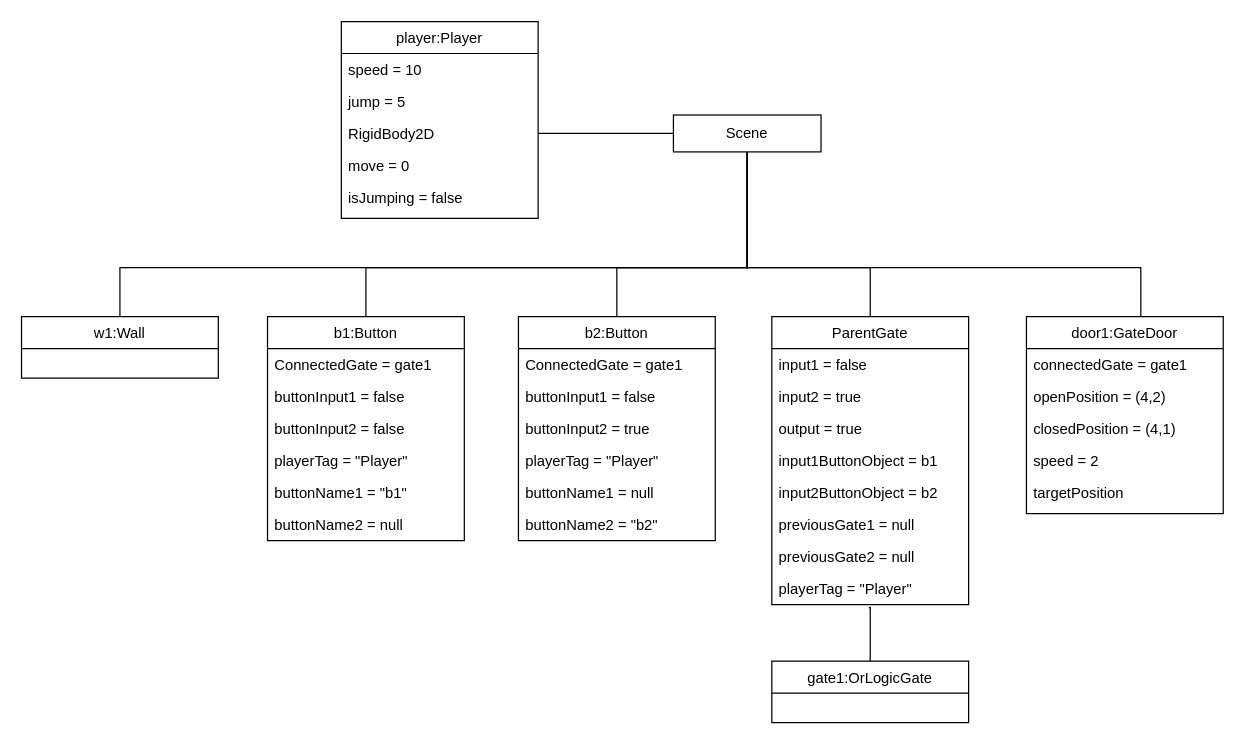
Above: Drawio Files/Object Diagram.drawio in jgharrison1/Logical-Gate (draw.io), before the change. Source tidied: cells renumbered, new cells numbered last; positions are measured from the earlier drawing's top-left corner, leaving out a move shared by most shapes. Both pictures are drawn from the tidied source at 123%, with x=0, y=0 at pixel (21, 21).
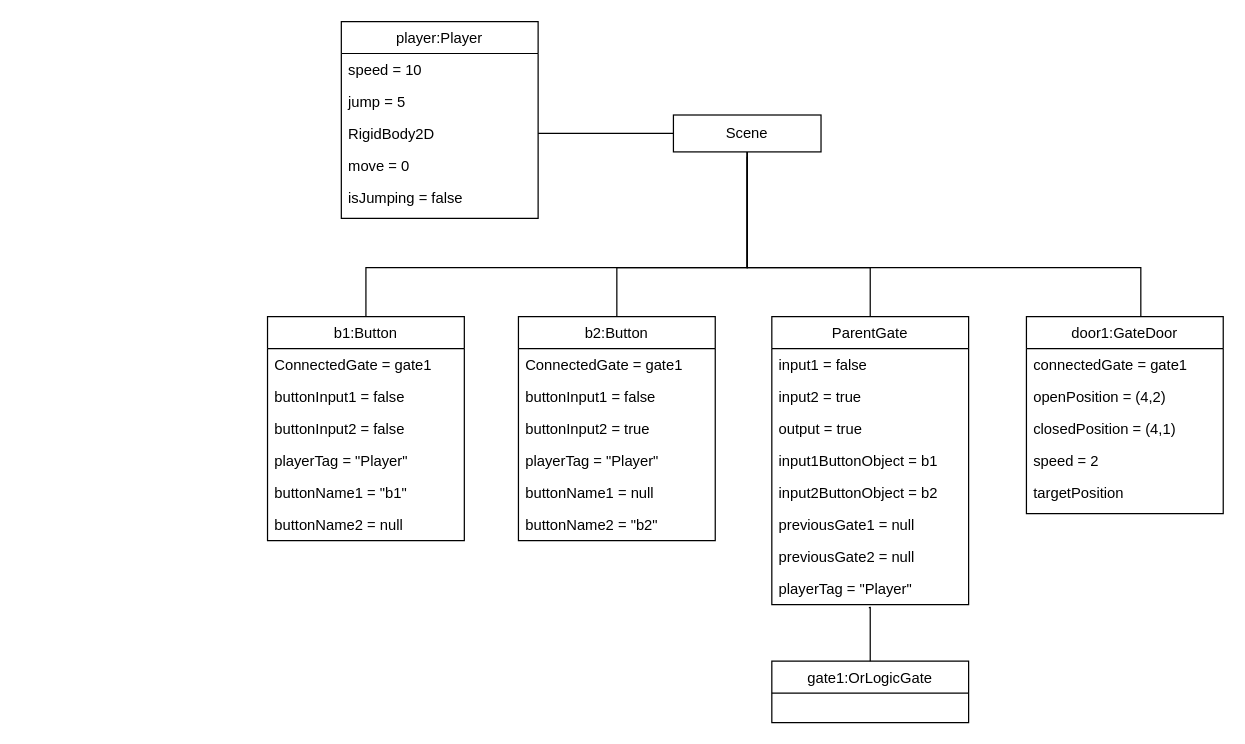
Above is the later version.

The change refers to these unchanged cells:
```xml
<mxCell id="20" value="Scene" style="rounded=0;whiteSpace=wrap;html=1;" parent="1" vertex="1">
  <mxGeometry x="530" y="76" width="120" height="30" as="geometry" />
</mxCell>
```

Diff of the diagram source:
```diff
@@
-    <mxCell id="10" style="edgeStyle=orthogonalEdgeStyle;rounded=0;jettySize=auto;html=1;fontSize=12;startSize=8;endSize=8;entryX=0.5;entryY=0;entryDx=0;entryDy=0;exitX=0.5;exitY=1;exitDx=0;exitDy=0;endArrow=none;endFill=0;" parent="1" edge="1" source="20" target="18">
-      <mxGeometry relative="1" as="geometry">
-        <Array as="points">
-          <mxPoint x="590" y="200" />
-          <mxPoint x="80" y="200" />
-        </Array>
-      </mxGeometry>
-    </mxCell>
@@
-    <mxCell id="18" value="w1:Wall" style="swimlane;fontStyle=0;align=center;verticalAlign=top;horizontal=1;startSize=26;rounded=0;shadow=0;strokeWidth=1;" parent="1" vertex="1">
-      <mxGeometry y="240" width="160" height="50" as="geometry" />
-    </mxCell>
```
